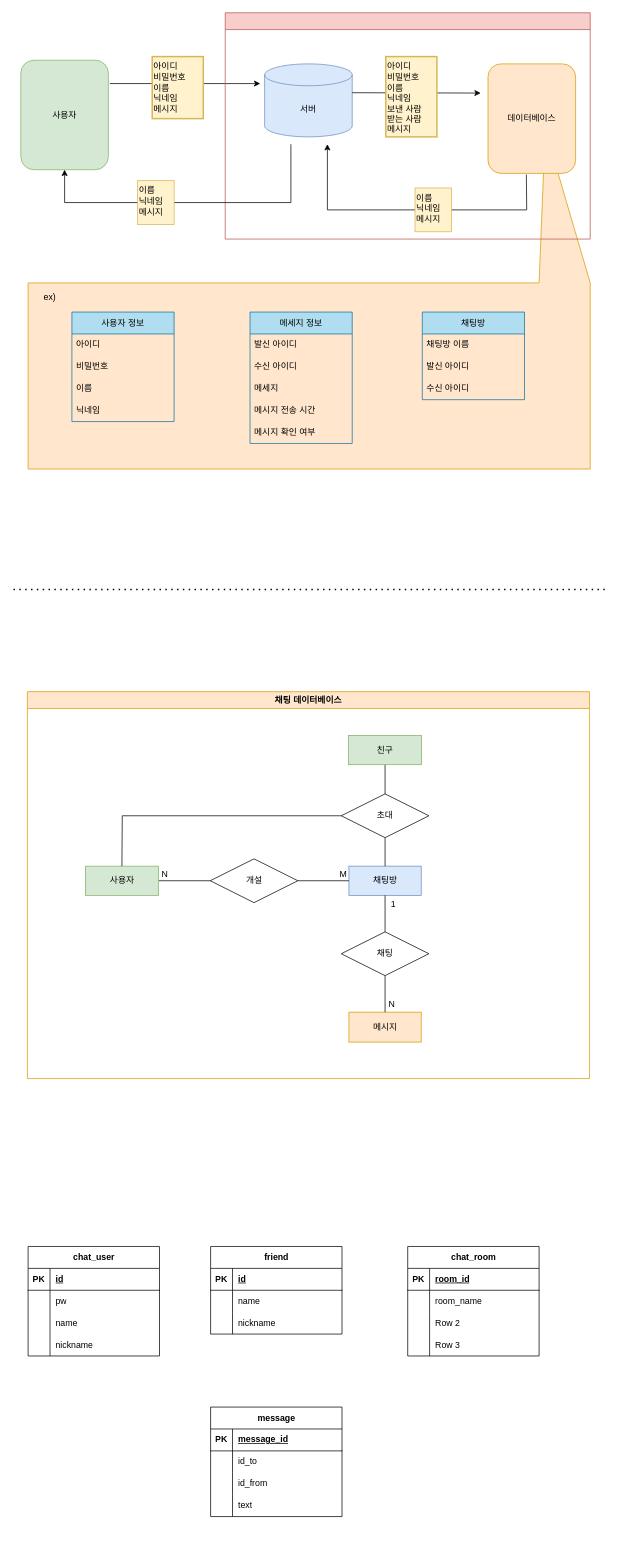
This is 채팅 다이어그램.drawio from jh051777/chat, a draw.io file, before an edit. Source tidied: cells renumbered, new cells numbered last; positions are measured from the earlier drawing's top-left corner, leaving out a move shared by most shapes. Both pictures are drawn from the tidied source at 73%, with x=0, y=0 at pixel (13, 12).
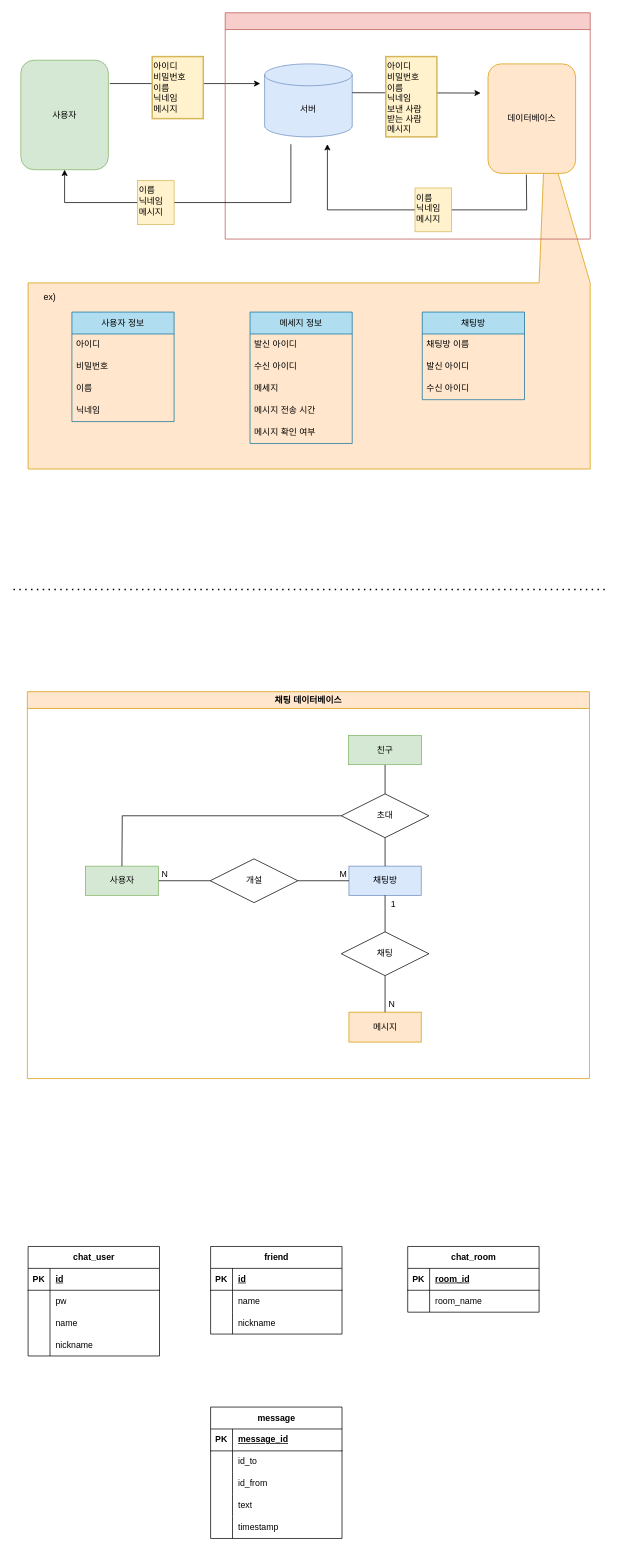
After the change.

Commit message:
채팅 다이어그램.drawio 업데이트

Diff of the diagram source:
```diff
@@
     <mxCell id="74" value="chat_room" style="shape=table;startSize=30;childLayout=tableLayout;rowLines=0;fontStyle=1;align=center;html=1;" parent="1" vertex="1">
-      <mxGeometry x="540" y="1690" width="180" height="150" as="geometry" />
+      <mxGeometry x="540" y="1690" width="180" height="90" as="geometry" />
     </mxCell>
@@
-    <mxCell id="81" style="shape=tableRow;horizontal=0;startSize=0;swimlaneHead=0;swimlaneBody=0;fillColor=none;top=0;left=0;right=0;bottom=0;" parent="74" vertex="1">
-      <mxGeometry y="90" width="180" height="30" as="geometry" />
-    </mxCell>
-    <mxCell id="82" style="shape=partialRectangle;fillColor=none;top=0;left=0;bottom=0;right=0;overflow=hidden;whiteSpace=wrap;html=1;" parent="81" vertex="1">
-      <mxGeometry width="30" height="30" as="geometry" />
-    </mxCell>
-    <mxCell id="83" value="Row 2" style="shape=partialRectangle;fillColor=none;top=0;left=0;bottom=0;right=0;align=left;spacingLeft=6;overflow=hidden;whiteSpace=wrap;html=1;" parent="81" vertex="1">
-      <mxGeometry x="30" width="150" height="30" as="geometry" />
-    </mxCell>
-    <mxCell id="84" style="shape=tableRow;horizontal=0;startSize=0;swimlaneHead=0;swimlaneBody=0;fillColor=none;top=0;left=0;right=0;bottom=0;" parent="74" vertex="1">
-      <mxGeometry y="120" width="180" height="30" as="geometry" />
-    </mxCell>
-    <mxCell id="85" style="shape=partialRectangle;fillColor=none;top=0;left=0;bottom=0;right=0;overflow=hidden;whiteSpace=wrap;html=1;" parent="84" vertex="1">
-      <mxGeometry width="30" height="30" as="geometry" />
-    </mxCell>
-    <mxCell id="86" value="Row 3" style="shape=partialRectangle;fillColor=none;top=0;left=0;bottom=0;right=0;align=left;spacingLeft=6;overflow=hidden;whiteSpace=wrap;html=1;" parent="84" vertex="1">
-      <mxGeometry x="30" width="150" height="30" as="geometry" />
-    </mxCell>
     <mxCell id="87" value="message" style="shape=table;startSize=30;childLayout=tableLayout;rowLines=0;fontStyle=1;align=center;html=1;" parent="1" vertex="1">
-      <mxGeometry x="270" y="1910" width="180" height="150" as="geometry" />
+      <mxGeometry x="270" y="1910" width="180" height="180" as="geometry" />
     </mxCell>
@@
+    <mxCell id="100" style="shape=tableRow;horizontal=0;startSize=0;swimlaneHead=0;swimlaneBody=0;fillColor=none;top=0;left=0;right=0;bottom=0;" parent="87" vertex="1">
+      <mxGeometry y="150" width="180" height="30" as="geometry" />
+    </mxCell>
+    <mxCell id="101" style="shape=partialRectangle;fillColor=none;top=0;left=0;bottom=0;right=0;overflow=hidden;whiteSpace=wrap;html=1;" parent="100" vertex="1">
+      <mxGeometry width="30" height="30" as="geometry" />
+    </mxCell>
+    <mxCell id="102" value="timestamp" style="shape=partialRectangle;fillColor=none;top=0;left=0;bottom=0;right=0;align=left;spacingLeft=6;overflow=hidden;whiteSpace=wrap;html=1;" parent="100" vertex="1">
+      <mxGeometry x="30" width="150" height="30" as="geometry" />
+    </mxCell>
```
